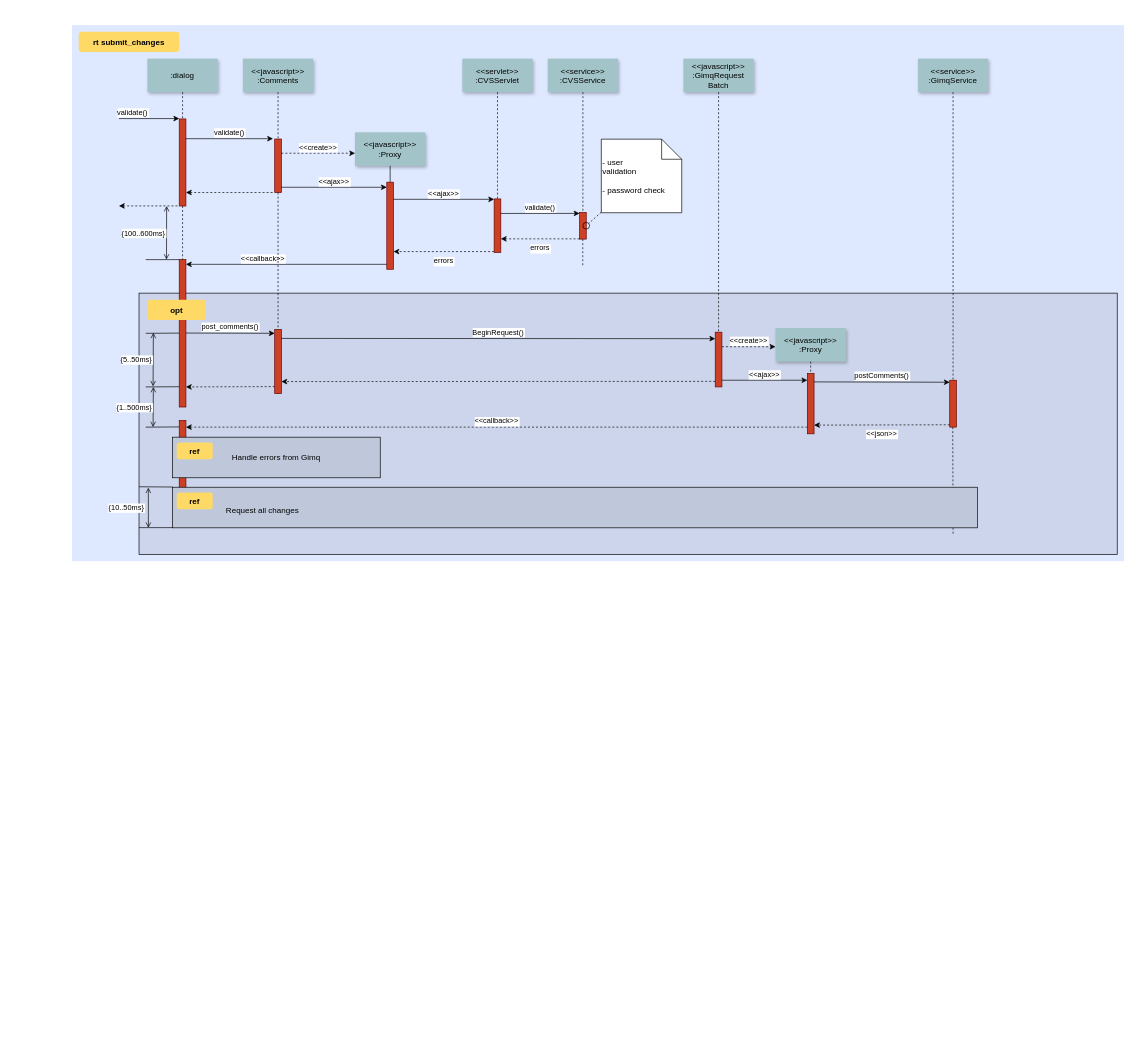
This is LiveTv相关.drawio from WaterHYH/diagrams, a draw.io file, before an edit. Source tidied: cells renumbered, new cells numbered last; positions are measured from the earlier drawing's top-left corner, leaving out a move shared by most shapes. Both pictures are drawn from the tidied source at 67%, with x=0, y=0 at pixel (72, 25).
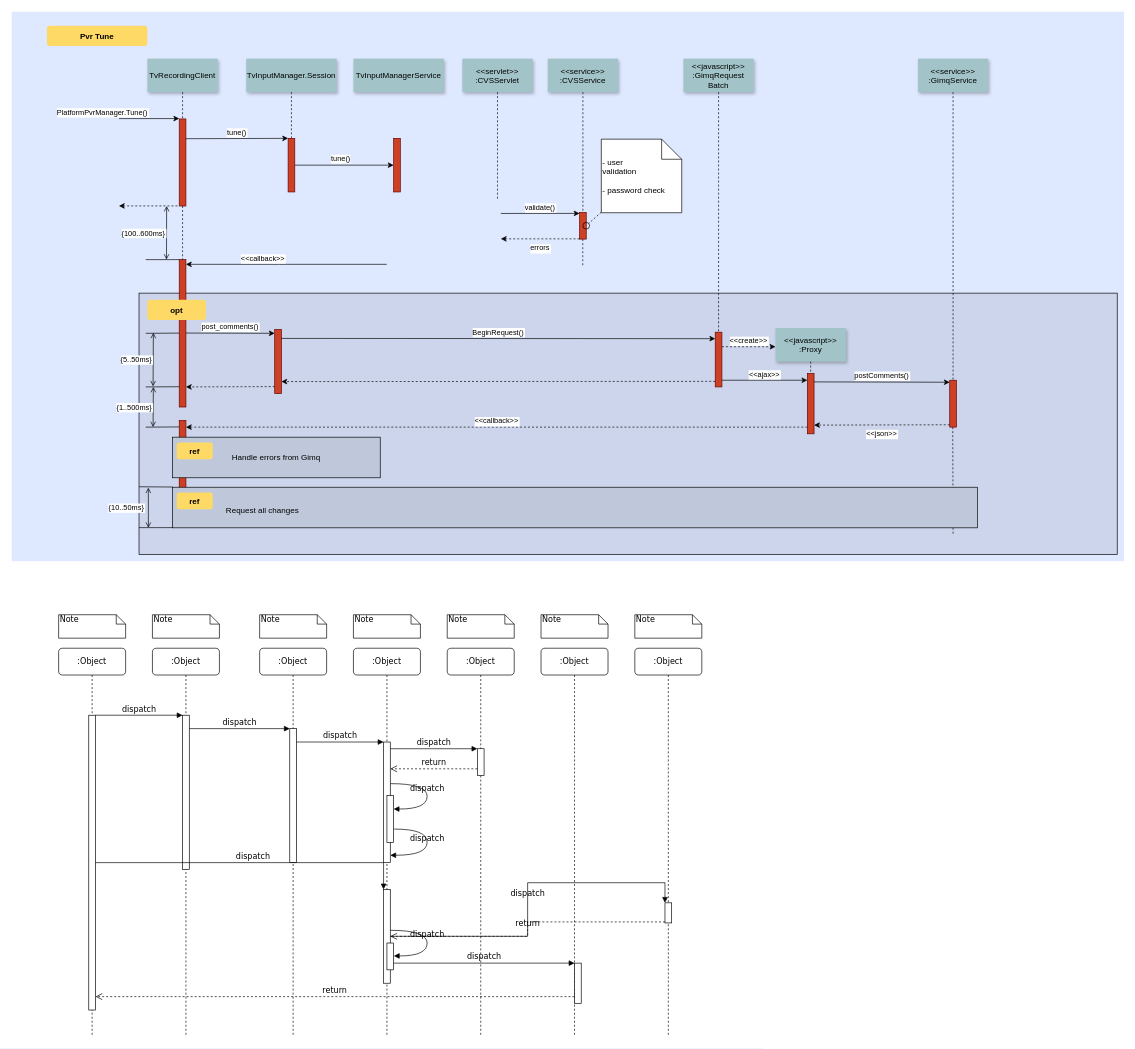
The same page after the edit.

Unchanged cells that the change refers to:
```xml
<mxCell id="20" value="&lt;&lt;servlet&gt;&gt;&#10;:CVSServlet" style="shadow=1;fillColor=#A2C4C9;strokeColor=none;" parent="1" vertex="1">
  <mxGeometry x="582.5" y="50" width="105" height="50" as="geometry" />
</mxCell>
<mxCell id="35" style="fillColor=#CC4125;strokeColor=#660000;" parent="1" vertex="1">
  <mxGeometry x="160" y="350" width="10" height="220" as="geometry" />
</mxCell>
<mxCell id="40" style="fillColor=#CC4125;strokeColor=#660000;" parent="1" vertex="1">
  <mxGeometry x="302.5" y="454.2" width="10" height="95.8" as="geometry" />
</mxCell>
```

The edit, as a diff of the source:
```diff
@@
-<mxGraphModel>
+<mxGraphModel background="#FFFFFF">
@@
     <mxCell id="2" style="fillColor=#DEE8FF;strokeColor=none;" parent="1" vertex="1">
-      <mxGeometry width="1570" height="800" as="geometry" />
+      <mxGeometry x="-90" y="-20" width="1660" height="820" as="geometry" />
     </mxCell>
@@
-    <mxCell id="6" value="validate()" style="edgeStyle=none;verticalLabelPosition=top;verticalAlign=bottom;labelPosition=left;align=right;" parent="1" edge="1">
+    <mxCell id="6" value="PlatformPvrManager.Tune()" style="edgeStyle=none;verticalLabelPosition=top;verticalAlign=bottom;labelPosition=left;align=right;" parent="1" edge="1">
       <mxGeometry x="110" y="49.5" as="geometry">
         <mxPoint x="70" y="139.5" as="sourcePoint" />
         <mxPoint x="160" y="139.5" as="targetPoint" />
       </mxGeometry>
     </mxCell>
-    <mxCell id="7" value=":dialog" style="shadow=1;fillColor=#A2C4C9;strokeColor=none;" parent="1" vertex="1">
+    <mxCell id="7" value="TvRecordingClient" style="shadow=1;fillColor=#A2C4C9;strokeColor=none;" parent="1" vertex="1">
       <mxGeometry x="112.5" y="50" width="105" height="50" as="geometry" />
     </mxCell>
+    <mxCell id="75" value="&lt;div&gt;tune()&lt;/div&gt;" style="edgeStyle=orthogonalEdgeStyle;rounded=0;jettySize=auto;html=1;" parent="1" edge="1" source="8" target="113">
+      <mxGeometry x="-0.08" y="9" relative="1" as="geometry" />
+    </mxCell>
     <mxCell id="8" style="fillColor=#CC4125;strokeColor=#660000;" parent="1" vertex="1">
-      <mxGeometry x="302.5" y="170" width="10" height="80" as="geometry" />
+      <mxGeometry x="322.5" y="169" width="10" height="80" as="geometry" />
     </mxCell>
-    <mxCell id="9" value="&lt;&lt;javascript&gt;&gt;&#10;:Comments" style="shadow=1;fillColor=#A2C4C9;strokeColor=none;" parent="1" vertex="1">
-      <mxGeometry x="255" y="50" width="105" height="50" as="geometry" />
+    <mxCell id="9" value="TvInputManager.Session" style="shadow=1;fillColor=#A2C4C9;strokeColor=none;" parent="1" vertex="1">
+      <mxGeometry x="260" y="50" width="135" height="50" as="geometry" />
     </mxCell>
@@
-    <mxCell id="11" value="validate()" style="edgeStyle=none;verticalLabelPosition=top;verticalAlign=bottom;" parent="1" edge="1">
+    <mxCell id="11" value="tune()" style="edgeStyle=none;verticalLabelPosition=top;verticalAlign=bottom;entryX=0;entryY=0;entryDx=0;entryDy=0;" parent="1" edge="1" target="8">
       <mxGeometry x="220" y="92" as="geometry">
         <mxPoint x="170" y="169.5" as="sourcePoint" />
-        <mxPoint x="300" y="169.5" as="targetPoint" />
       </mxGeometry>
     </mxCell>
-    <mxCell id="12" style="edgeStyle=none;verticalLabelPosition=top;verticalAlign=bottom;endArrow=none;startArrow=classic;dashed=1;" parent="1" edge="1">
-      <mxGeometry x="220" y="172.3" as="geometry">
-        <mxPoint x="170" y="249.8" as="sourcePoint" />
-        <mxPoint x="300" y="249.8" as="targetPoint" />
-      </mxGeometry>
-    </mxCell>
@@
-    <mxCell id="14" value="&lt;&lt;create&gt;&gt;" style="edgeStyle=none;verticalLabelPosition=top;verticalAlign=bottom;dashed=1;" parent="1" edge="1">
-      <mxGeometry x="385.5" y="113.9" as="geometry">
-        <mxPoint x="312.5" y="191.2" as="sourcePoint" />
-        <mxPoint x="422.5" y="191.2" as="targetPoint" />
-      </mxGeometry>
-    </mxCell>
-    <mxCell id="15" value="&lt;&lt;javascript&gt;&gt;&#10;:Proxy" style="shadow=1;fillColor=#A2C4C9;strokeColor=none;" parent="1" vertex="1">
-      <mxGeometry x="422.3" y="160" width="105" height="50" as="geometry" />
-    </mxCell>
-    <mxCell id="16" style="edgeStyle=none;endArrow=none;" parent="1" edge="1" source="15" target="17">
-      <mxGeometry x="437" y="270" as="geometry" />
-    </mxCell>
-    <mxCell id="17" style="fillColor=#CC4125;strokeColor=#660000;" parent="1" vertex="1">
-      <mxGeometry x="469.8" y="234.4" width="10" height="130" as="geometry" />
-    </mxCell>
-    <mxCell id="18" value="&lt;&lt;ajax&gt;&gt;" style="edgeStyle=elbowEdgeStyle;elbow=vertical;verticalLabelPosition=top;verticalAlign=bottom;" parent="1" edge="1" source="8" target="17">
-      <mxGeometry x="350" y="290" as="geometry" />
-    </mxCell>
-    <mxCell id="19" style="fillColor=#CC4125;strokeColor=#660000;" parent="1" vertex="1">
-      <mxGeometry x="630" y="259.4" width="10" height="80" as="geometry" />
-    </mxCell>
@@
-    <mxCell id="21" style="edgeStyle=none;endArrow=none;dashed=1;" parent="1" edge="1" source="20" target="19">
-      <mxGeometry x="614.5" y="175" as="geometry" />
+    <mxCell id="21" style="edgeStyle=none;endArrow=none;dashed=1;" parent="1" edge="1" source="20">
+      <mxGeometry x="614.5" y="175" as="geometry">
+        <mxPoint x="635" y="259.4" as="targetPoint" />
+      </mxGeometry>
     </mxCell>
@@
-    <mxCell id="25" value="&lt;&lt;ajax&gt;&gt;" style="edgeStyle=elbowEdgeStyle;elbow=vertical;verticalLabelPosition=top;verticalAlign=bottom;" parent="1" edge="1" source="17" target="19">
-      <mxGeometry x="540" y="270" as="geometry">
-        <Array as="points">
-          <mxPoint x="550" y="260" />
-        </Array>
-      </mxGeometry>
-    </mxCell>
-    <mxCell id="26" value="errors" style="edgeStyle=elbowEdgeStyle;elbow=vertical;dashed=1;verticalLabelPosition=bottom;verticalAlign=top;" parent="1" edge="1" source="19" target="17">
-      <mxGeometry x="550" y="280" as="geometry">
-        <Array as="points">
-          <mxPoint x="553" y="338" />
-        </Array>
-      </mxGeometry>
-    </mxCell>
@@
-    <mxCell id="36" value="             &lt;&lt;callback&gt;&gt;                                " style="edgeStyle=elbowEdgeStyle;elbow=vertical;dashed=0;verticalLabelPosition=top;verticalAlign=bottom;align=right;" parent="1" edge="1" source="17" target="35">
-      <mxGeometry x="190" y="329.8" as="geometry" />
+    <mxCell id="36" value="             &lt;&lt;callback&gt;&gt;                                " style="edgeStyle=elbowEdgeStyle;elbow=vertical;dashed=0;verticalLabelPosition=top;verticalAlign=bottom;align=right;" parent="1" edge="1" target="35">
+      <mxGeometry x="190" y="329.8" as="geometry">
+        <mxPoint x="469.8" y="357" as="sourcePoint" />
+      </mxGeometry>
     </mxCell>
@@
-    <mxCell id="44" style="edgeStyle=none;endArrow=none;dashed=1;" parent="1" edge="1" source="8" target="40">
-      <mxGeometry x="376.6" y="339.7" as="geometry" />
-    </mxCell>
@@
-    <mxCell id="60" value="rt submit_changes" style="rounded=1;fontStyle=1;fillColor=#FFD966;strokeColor=none;" parent="1" vertex="1">
-      <mxGeometry x="10" y="10" width="150" height="30" as="geometry" />
+    <mxCell id="60" value="Pvr Tune" style="rounded=1;fontStyle=1;fillColor=#FFD966;strokeColor=none;" parent="1" vertex="1">
+      <mxGeometry x="-37.5" y="1" width="150" height="30" as="geometry" />
     </mxCell>
@@
+    <mxCell id="76" value=":Object" style="shape=umlLifeline;perimeter=lifelinePerimeter;whiteSpace=wrap;html=1;rounded=1;shadow=0;comic=0;labelBackgroundColor=none;strokeWidth=1;fontFamily=Verdana;fontSize=12;align=center;" parent="1" vertex="1">
+      <mxGeometry x="120" y="930" width="100" height="580" as="geometry" />
+    </mxCell>
+    <mxCell id="77" style="html=1;points=[];perimeter=orthogonalPerimeter;rounded=0;shadow=0;comic=0;labelBackgroundColor=none;strokeWidth=1;fontFamily=Verdana;fontSize=12;align=center;" parent="76" vertex="1">
+      <mxGeometry x="45" y="100" width="10" height="230" as="geometry" />
+    </mxCell>
+    <mxCell id="78" value=":Object" style="shape=umlLifeline;perimeter=lifelinePerimeter;whiteSpace=wrap;html=1;rounded=1;shadow=0;comic=0;labelBackgroundColor=none;strokeWidth=1;fontFamily=Verdana;fontSize=12;align=center;" parent="1" vertex="1">
+      <mxGeometry x="280" y="930" width="100" height="580" as="geometry" />
+    </mxCell>
+    <mxCell id="79" style="html=1;points=[];perimeter=orthogonalPerimeter;rounded=0;shadow=0;comic=0;labelBackgroundColor=none;strokeWidth=1;fontFamily=Verdana;fontSize=12;align=center;" parent="78" vertex="1">
+      <mxGeometry x="45" y="120" width="10" height="200" as="geometry" />
+    </mxCell>
+    <mxCell id="80" value=":Object" style="shape=umlLifeline;perimeter=lifelinePerimeter;whiteSpace=wrap;html=1;rounded=1;shadow=0;comic=0;labelBackgroundColor=none;strokeWidth=1;fontFamily=Verdana;fontSize=12;align=center;" parent="1" vertex="1">
+      <mxGeometry x="420" y="930" width="100" height="580" as="geometry" />
+    </mxCell>
+    <mxCell id="81" value=":Object" style="shape=umlLifeline;perimeter=lifelinePerimeter;whiteSpace=wrap;html=1;rounded=1;shadow=0;comic=0;labelBackgroundColor=none;strokeWidth=1;fontFamily=Verdana;fontSize=12;align=center;" parent="1" vertex="1">
+      <mxGeometry x="560" y="930" width="100" height="580" as="geometry" />
+    </mxCell>
+    <mxCell id="82" value=":Object" style="shape=umlLifeline;perimeter=lifelinePerimeter;whiteSpace=wrap;html=1;rounded=1;shadow=0;comic=0;labelBackgroundColor=none;strokeWidth=1;fontFamily=Verdana;fontSize=12;align=center;" parent="1" vertex="1">
+      <mxGeometry x="700" y="930" width="100" height="580" as="geometry" />
+    </mxCell>
+    <mxCell id="83" value=":Object" style="shape=umlLifeline;perimeter=lifelinePerimeter;whiteSpace=wrap;html=1;rounded=1;shadow=0;comic=0;labelBackgroundColor=none;strokeWidth=1;fontFamily=Verdana;fontSize=12;align=center;" parent="1" vertex="1">
+      <mxGeometry x="840" y="930" width="100" height="580" as="geometry" />
+    </mxCell>
+    <mxCell id="84" value=":Object" style="shape=umlLifeline;perimeter=lifelinePerimeter;whiteSpace=wrap;html=1;rounded=1;shadow=0;comic=0;labelBackgroundColor=none;strokeWidth=1;fontFamily=Verdana;fontSize=12;align=center;" parent="1" vertex="1">
+      <mxGeometry x="-20" y="930" width="100" height="580" as="geometry" />
+    </mxCell>
+    <mxCell id="85" style="html=1;points=[];perimeter=orthogonalPerimeter;rounded=0;shadow=0;comic=0;labelBackgroundColor=none;strokeWidth=1;fontFamily=Verdana;fontSize=12;align=center;" parent="84" vertex="1">
+      <mxGeometry x="45" y="100" width="10" height="440" as="geometry" />
+    </mxCell>
+    <mxCell id="86" style="html=1;points=[];perimeter=orthogonalPerimeter;rounded=0;shadow=0;comic=0;labelBackgroundColor=none;strokeWidth=1;fontFamily=Verdana;fontSize=12;align=center;" parent="1" vertex="1">
+      <mxGeometry x="465" y="1070" width="10" height="180" as="geometry" />
+    </mxCell>
+    <mxCell id="87" value="dispatch" style="html=1;verticalAlign=bottom;endArrow=block;labelBackgroundColor=none;fontFamily=Verdana;fontSize=12;edgeStyle=elbowEdgeStyle;elbow=vertical;rounded=0;" parent="1" edge="1" source="79" target="86">
+      <mxGeometry relative="1" as="geometry">
+        <Array as="points">
+          <mxPoint x="340" y="1070" />
+        </Array>
+      </mxGeometry>
+    </mxCell>
+    <mxCell id="88" style="html=1;points=[];perimeter=orthogonalPerimeter;rounded=0;shadow=0;comic=0;labelBackgroundColor=none;strokeWidth=1;fontFamily=Verdana;fontSize=12;align=center;" parent="1" vertex="1">
+      <mxGeometry x="605" y="1080" width="10" height="40" as="geometry" />
+    </mxCell>
+    <mxCell id="89" value="dispatch" style="html=1;verticalAlign=bottom;endArrow=block;entryX=0;entryY=0;labelBackgroundColor=none;fontFamily=Verdana;fontSize=12;edgeStyle=elbowEdgeStyle;elbow=vertical;rounded=0;" parent="1" edge="1" source="86" target="88">
+      <mxGeometry relative="1" as="geometry" />
+    </mxCell>
+    <mxCell id="90" value="return" style="html=1;verticalAlign=bottom;endArrow=open;dashed=1;endSize=8;labelBackgroundColor=none;fontFamily=Verdana;fontSize=12;edgeStyle=elbowEdgeStyle;elbow=vertical;rounded=0;" parent="1" edge="1" source="88" target="86">
+      <mxGeometry relative="1" as="geometry">
+        <Array as="points">
+          <mxPoint x="550" y="1110" />
+          <mxPoint x="580" y="1110" />
+        </Array>
+      </mxGeometry>
+    </mxCell>
+    <mxCell id="91" style="html=1;points=[];perimeter=orthogonalPerimeter;rounded=0;shadow=0;comic=0;labelBackgroundColor=none;strokeWidth=1;fontFamily=Verdana;fontSize=12;align=center;" parent="1" vertex="1">
+      <mxGeometry x="465" y="1290" width="10" height="140" as="geometry" />
+    </mxCell>
+    <mxCell id="92" value="dispatch" style="html=1;verticalAlign=bottom;endArrow=block;entryX=0;entryY=0;labelBackgroundColor=none;fontFamily=Verdana;fontSize=12;rounded=0;edgeStyle=orthogonalEdgeStyle;" parent="1" edge="1" source="85" target="91">
+      <mxGeometry relative="1" as="geometry" />
+    </mxCell>
+    <mxCell id="93" style="html=1;points=[];perimeter=orthogonalPerimeter;rounded=0;shadow=0;comic=0;labelBackgroundColor=none;strokeColor=#000000;strokeWidth=1;fillColor=#FFFFFF;fontFamily=Verdana;fontSize=12;fontColor=#000000;align=center;" parent="1" vertex="1">
+      <mxGeometry x="885" y="1310" width="10" height="30" as="geometry" />
+    </mxCell>
+    <mxCell id="94" value="dispatch" style="html=1;verticalAlign=bottom;endArrow=block;entryX=0;entryY=0;labelBackgroundColor=none;fontFamily=Verdana;fontSize=12;rounded=0;edgeStyle=orthogonalEdgeStyle;" parent="1" edge="1" source="91" target="93">
+      <mxGeometry relative="1" as="geometry" />
+    </mxCell>
+    <mxCell id="95" value="return" style="html=1;verticalAlign=bottom;endArrow=open;dashed=1;endSize=8;exitX=0;exitY=0.95;labelBackgroundColor=none;fontFamily=Verdana;fontSize=12;rounded=0;edgeStyle=orthogonalEdgeStyle;" parent="1" edge="1" source="93" target="91">
+      <mxGeometry relative="1" as="geometry" />
+    </mxCell>
+    <mxCell id="96" style="html=1;points=[];perimeter=orthogonalPerimeter;rounded=0;shadow=0;comic=0;labelBackgroundColor=none;strokeWidth=1;fontFamily=Verdana;fontSize=12;align=center;" parent="1" vertex="1">
+      <mxGeometry x="750" y="1400" width="10" height="60" as="geometry" />
+    </mxCell>
+    <mxCell id="97" value="dispatch" style="html=1;verticalAlign=bottom;endArrow=block;entryX=0;entryY=0;labelBackgroundColor=none;fontFamily=Verdana;fontSize=12;edgeStyle=elbowEdgeStyle;elbow=vertical;rounded=0;" parent="1" edge="1" source="104" target="96">
+      <mxGeometry relative="1" as="geometry" />
+    </mxCell>
+    <mxCell id="98" value="return" style="html=1;verticalAlign=bottom;endArrow=open;dashed=1;endSize=8;labelBackgroundColor=none;fontFamily=Verdana;fontSize=12;edgeStyle=elbowEdgeStyle;elbow=vertical;rounded=0;" parent="1" edge="1" source="96" target="85">
+      <mxGeometry relative="1" as="geometry">
+        <Array as="points">
+          <mxPoint x="450" y="1450" />
+        </Array>
+      </mxGeometry>
+    </mxCell>
+    <mxCell id="99" value="dispatch" style="html=1;verticalAlign=bottom;endArrow=block;entryX=0;entryY=0;labelBackgroundColor=none;fontFamily=Verdana;fontSize=12;edgeStyle=elbowEdgeStyle;elbow=vertical;rounded=0;" parent="1" edge="1" source="85" target="77">
+      <mxGeometry relative="1" as="geometry" />
+    </mxCell>
+    <mxCell id="100" value="dispatch" style="html=1;verticalAlign=bottom;endArrow=block;entryX=0;entryY=0;labelBackgroundColor=none;fontFamily=Verdana;fontSize=12;edgeStyle=elbowEdgeStyle;elbow=vertical;rounded=0;" parent="1" edge="1" source="77" target="79">
+      <mxGeometry relative="1" as="geometry" />
+    </mxCell>
+    <mxCell id="101" style="html=1;points=[];perimeter=orthogonalPerimeter;rounded=0;shadow=0;comic=0;labelBackgroundColor=none;strokeWidth=1;fontFamily=Verdana;fontSize=12;align=center;" parent="1" vertex="1">
+      <mxGeometry x="470" y="1150" width="10" height="70" as="geometry" />
+    </mxCell>
+    <mxCell id="102" value="dispatch" style="html=1;verticalAlign=bottom;endArrow=block;labelBackgroundColor=none;fontFamily=Verdana;fontSize=12;elbow=vertical;edgeStyle=orthogonalEdgeStyle;curved=1;entryX=1;entryY=0.286;entryPerimeter=0;exitX=1.038;exitY=0.345;exitPerimeter=0;rounded=0;" parent="1" edge="1" source="86" target="101">
+      <mxGeometry relative="1" as="geometry">
+        <Array as="points">
+          <mxPoint x="530" y="1132" />
+          <mxPoint x="530" y="1170" />
+        </Array>
+      </mxGeometry>
+    </mxCell>
+    <mxCell id="103" value="dispatch" style="html=1;verticalAlign=bottom;endArrow=block;labelBackgroundColor=none;fontFamily=Verdana;fontSize=12;elbow=vertical;edgeStyle=orthogonalEdgeStyle;curved=1;exitX=1.066;exitY=0.713;exitPerimeter=0;rounded=0;" parent="1" edge="1" source="101">
+      <mxGeometry relative="1" as="geometry">
+        <mxPoint x="475" y="1239" as="targetPoint" />
+        <Array as="points">
+          <mxPoint x="530" y="1200" />
+          <mxPoint x="530" y="1239" />
+        </Array>
+      </mxGeometry>
+    </mxCell>
+    <mxCell id="104" style="html=1;points=[];perimeter=orthogonalPerimeter;rounded=0;shadow=0;comic=0;labelBackgroundColor=none;strokeWidth=1;fontFamily=Verdana;fontSize=12;align=center;" parent="1" vertex="1">
+      <mxGeometry x="470" y="1370" width="10" height="40" as="geometry" />
+    </mxCell>
+    <mxCell id="105" value="dispatch" style="html=1;verticalAlign=bottom;endArrow=block;labelBackgroundColor=none;fontFamily=Verdana;fontSize=12;elbow=vertical;edgeStyle=orthogonalEdgeStyle;curved=1;entryX=1;entryY=0.286;entryPerimeter=0;exitX=1.038;exitY=0.345;exitPerimeter=0;rounded=0;" parent="1" edge="1">
+      <mxGeometry relative="1" as="geometry">
+        <mxPoint x="475.3" y="1351" as="sourcePoint" />
+        <mxPoint x="480.3" y="1389.3" as="targetPoint" />
+        <Array as="points">
+          <mxPoint x="530" y="1351" />
+          <mxPoint x="530" y="1389" />
+        </Array>
+      </mxGeometry>
+    </mxCell>
+    <mxCell id="106" value="Note" style="shape=note;whiteSpace=wrap;html=1;size=14;verticalAlign=top;align=left;spacingTop=-6;rounded=0;shadow=0;comic=0;labelBackgroundColor=none;strokeWidth=1;fontFamily=Verdana;fontSize=12;" parent="1" vertex="1">
+      <mxGeometry x="-20" y="880" width="100" height="35" as="geometry" />
+    </mxCell>
+    <mxCell id="107" value="Note" style="shape=note;whiteSpace=wrap;html=1;size=14;verticalAlign=top;align=left;spacingTop=-6;rounded=0;shadow=0;comic=0;labelBackgroundColor=none;strokeWidth=1;fontFamily=Verdana;fontSize=12;" parent="1" vertex="1">
+      <mxGeometry x="120" y="880" width="100" height="35" as="geometry" />
+    </mxCell>
+    <mxCell id="108" value="Note" style="shape=note;whiteSpace=wrap;html=1;size=14;verticalAlign=top;align=left;spacingTop=-6;rounded=0;shadow=0;comic=0;labelBackgroundColor=none;strokeWidth=1;fontFamily=Verdana;fontSize=12;" parent="1" vertex="1">
+      <mxGeometry x="280" y="880" width="100" height="35" as="geometry" />
+    </mxCell>
+    <mxCell id="109" value="Note" style="shape=note;whiteSpace=wrap;html=1;size=14;verticalAlign=top;align=left;spacingTop=-6;rounded=0;shadow=0;comic=0;labelBackgroundColor=none;strokeWidth=1;fontFamily=Verdana;fontSize=12;" parent="1" vertex="1">
+      <mxGeometry x="420" y="880" width="100" height="35" as="geometry" />
+    </mxCell>
+    <mxCell id="110" value="Note" style="shape=note;whiteSpace=wrap;html=1;size=14;verticalAlign=top;align=left;spacingTop=-6;rounded=0;shadow=0;comic=0;labelBackgroundColor=none;strokeWidth=1;fontFamily=Verdana;fontSize=12;" parent="1" vertex="1">
+      <mxGeometry x="560" y="880" width="100" height="35" as="geometry" />
+    </mxCell>
+    <mxCell id="111" value="Note" style="shape=note;whiteSpace=wrap;html=1;size=14;verticalAlign=top;align=left;spacingTop=-6;rounded=0;shadow=0;comic=0;labelBackgroundColor=none;strokeWidth=1;fontFamily=Verdana;fontSize=12;" parent="1" vertex="1">
+      <mxGeometry x="700" y="880" width="100" height="35" as="geometry" />
+    </mxCell>
+    <mxCell id="112" value="Note" style="shape=note;whiteSpace=wrap;html=1;size=14;verticalAlign=top;align=left;spacingTop=-6;rounded=0;shadow=0;comic=0;labelBackgroundColor=none;strokeWidth=1;fontFamily=Verdana;fontSize=12;" parent="1" vertex="1">
+      <mxGeometry x="840" y="880" width="100" height="35" as="geometry" />
+    </mxCell>
+    <mxCell id="113" style="fillColor=#CC4125;strokeColor=#660000;" parent="1" vertex="1">
+      <mxGeometry x="480" y="169" width="10" height="80" as="geometry" />
+    </mxCell>
+    <mxCell id="114" value="TvInputManagerService" style="shadow=1;fillColor=#A2C4C9;strokeColor=none;" parent="1" vertex="1">
+      <mxGeometry x="420" y="50" width="135" height="50" as="geometry" />
+    </mxCell>
```
